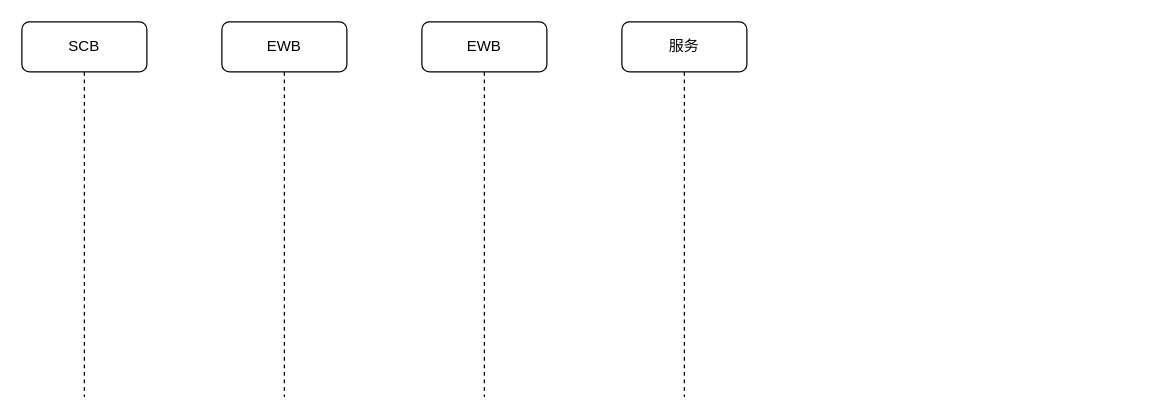
This is LLSI/联易融交易数据.drawio from 0573xieguojia/To-program, a draw.io file, before an edit. Source tidied: cells renumbered, new cells numbered last; positions are measured from the earlier drawing's top-left corner, leaving out a move shared by most shapes. Both pictures are drawn from the tidied source at 125%, with x=0, y=0 at pixel (21, 21).
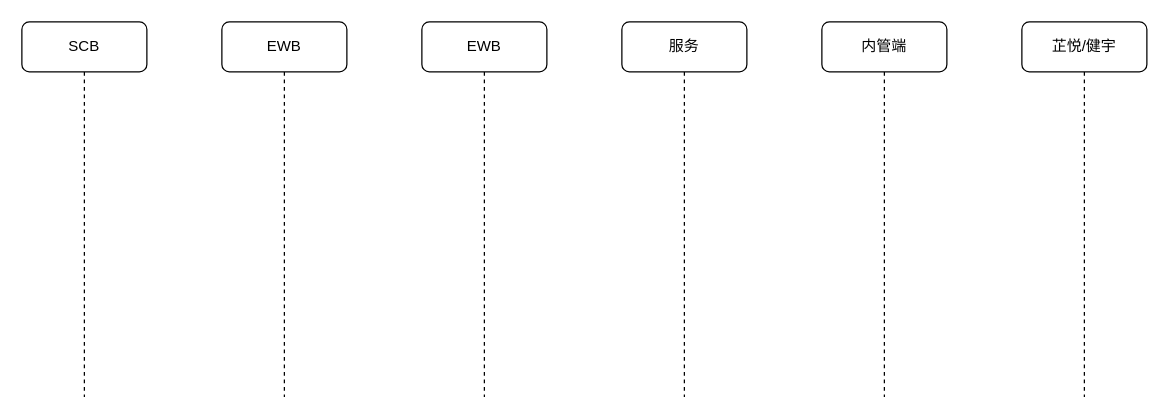
The same diagram, later.

Commit message (it also covers changes not shown here):
更新联易融交易数据.drawio

What changed in the source:
```diff
@@
 <mxGraphModel>
   <root>
     <mxCell id="0" />
     <mxCell id="1" parent="0" />
     <mxCell id="2" value="SCB" style="shape=umlLifeline;perimeter=lifelinePerimeter;whiteSpace=wrap;html=1;newEdgeStyle={&quot;edgeStyle&quot;:&quot;elbowEdgeStyle&quot;,&quot;elbow&quot;:&quot;vertical&quot;,&quot;curved&quot;:0,&quot;rounded&quot;:0};rounded=1;" parent="1" vertex="1">
       <mxGeometry width="100" height="300" as="geometry" />
     </mxCell>
     <mxCell id="3" value="EWB" style="shape=umlLifeline;perimeter=lifelinePerimeter;whiteSpace=wrap;html=1;newEdgeStyle={&quot;edgeStyle&quot;:&quot;elbowEdgeStyle&quot;,&quot;elbow&quot;:&quot;vertical&quot;,&quot;curved&quot;:0,&quot;rounded&quot;:0};rounded=1;" parent="1" vertex="1">
       <mxGeometry x="160" width="100" height="300" as="geometry" />
     </mxCell>
     <mxCell id="4" value="EWB" style="shape=umlLifeline;perimeter=lifelinePerimeter;whiteSpace=wrap;html=1;newEdgeStyle={&quot;edgeStyle&quot;:&quot;elbowEdgeStyle&quot;,&quot;elbow&quot;:&quot;vertical&quot;,&quot;curved&quot;:0,&quot;rounded&quot;:0};rounded=1;" parent="1" vertex="1">
       <mxGeometry x="320" width="100" height="300" as="geometry" />
     </mxCell>
     <mxCell id="5" value="服务" style="shape=umlLifeline;perimeter=lifelinePerimeter;whiteSpace=wrap;html=1;newEdgeStyle={&quot;edgeStyle&quot;:&quot;elbowEdgeStyle&quot;,&quot;elbow&quot;:&quot;vertical&quot;,&quot;curved&quot;:0,&quot;rounded&quot;:0};rounded=1;" parent="1" vertex="1">
       <mxGeometry x="480" width="100" height="300" as="geometry" />
     </mxCell>
+    <mxCell id="6" value="内管端" style="shape=umlLifeline;perimeter=lifelinePerimeter;whiteSpace=wrap;html=1;newEdgeStyle={&quot;edgeStyle&quot;:&quot;elbowEdgeStyle&quot;,&quot;elbow&quot;:&quot;vertical&quot;,&quot;curved&quot;:0,&quot;rounded&quot;:0};rounded=1;" parent="1" vertex="1">
+      <mxGeometry x="640" width="100" height="300" as="geometry" />
+    </mxCell>
+    <mxCell id="7" value="芷悦/健宇" style="shape=umlLifeline;perimeter=lifelinePerimeter;whiteSpace=wrap;html=1;newEdgeStyle={&quot;edgeStyle&quot;:&quot;elbowEdgeStyle&quot;,&quot;elbow&quot;:&quot;vertical&quot;,&quot;curved&quot;:0,&quot;rounded&quot;:0};rounded=1;" parent="1" vertex="1">
+      <mxGeometry x="800" width="100" height="300" as="geometry" />
+    </mxCell>
   </root>
 </mxGraphModel>
```
